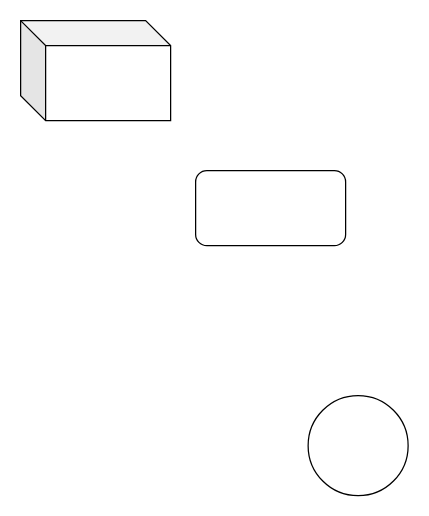
Above: 19.drawio in fangshigithub/Draw (draw.io), before the change. Source tidied: cells renumbered, new cells numbered last; positions are measured from the earlier drawing's top-left corner, leaving out a move shared by most shapes. Both pictures are drawn from the tidied source at 125%, with x=0, y=0 at pixel (20, 20).
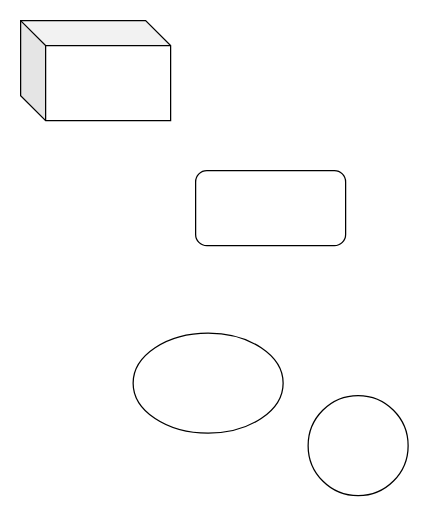
The same diagram, later.

What changed in the source:
```diff
@@
 <mxGraphModel>
   <root>
     <mxCell id="0" />
     <mxCell id="1" parent="0" />
     <mxCell id="2" style="rounded=1;whiteSpace=wrap;html=1;" parent="1" vertex="1">
       <mxGeometry x="140" y="120" width="120" height="60" as="geometry" />
     </mxCell>
     <mxCell id="3" style="ellipse;whiteSpace=wrap;html=1;" parent="1" vertex="1">
       <mxGeometry x="230" y="300" width="80" height="80" as="geometry" />
     </mxCell>
     <mxCell id="4" style="shape=cube;whiteSpace=wrap;html=1;boundedLbl=1;backgroundOutline=1;darkOpacity=0.05;darkOpacity2=0.1;" parent="1" vertex="1">
       <mxGeometry width="120" height="80" as="geometry" />
     </mxCell>
+    <mxCell id="5" style="ellipse;whiteSpace=wrap;html=1;" parent="1" vertex="1">
+      <mxGeometry x="90" y="250" width="120" height="80" as="geometry" />
+    </mxCell>
   </root>
 </mxGraphModel>
```
